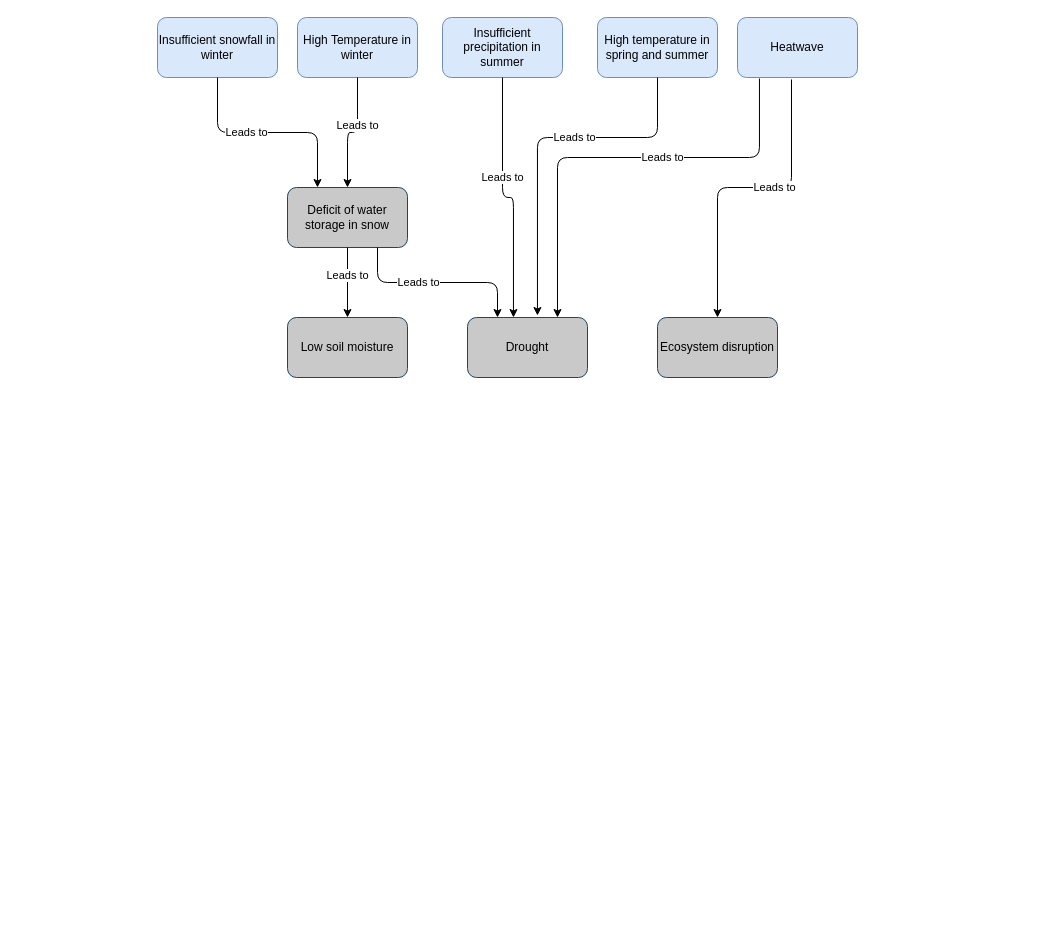
maxpittore/impact_chains_drawio keeps this draw.io diagram as EO4Multi_upstream.drawio. Above is the earlier version. Source tidied: cells renumbered, new cells numbered last; positions are measured from the earlier drawing's top-left corner, leaving out a move shared by most shapes. Both pictures are drawn from the tidied source at 100%, with x=0, y=0 at pixel (157, 17).
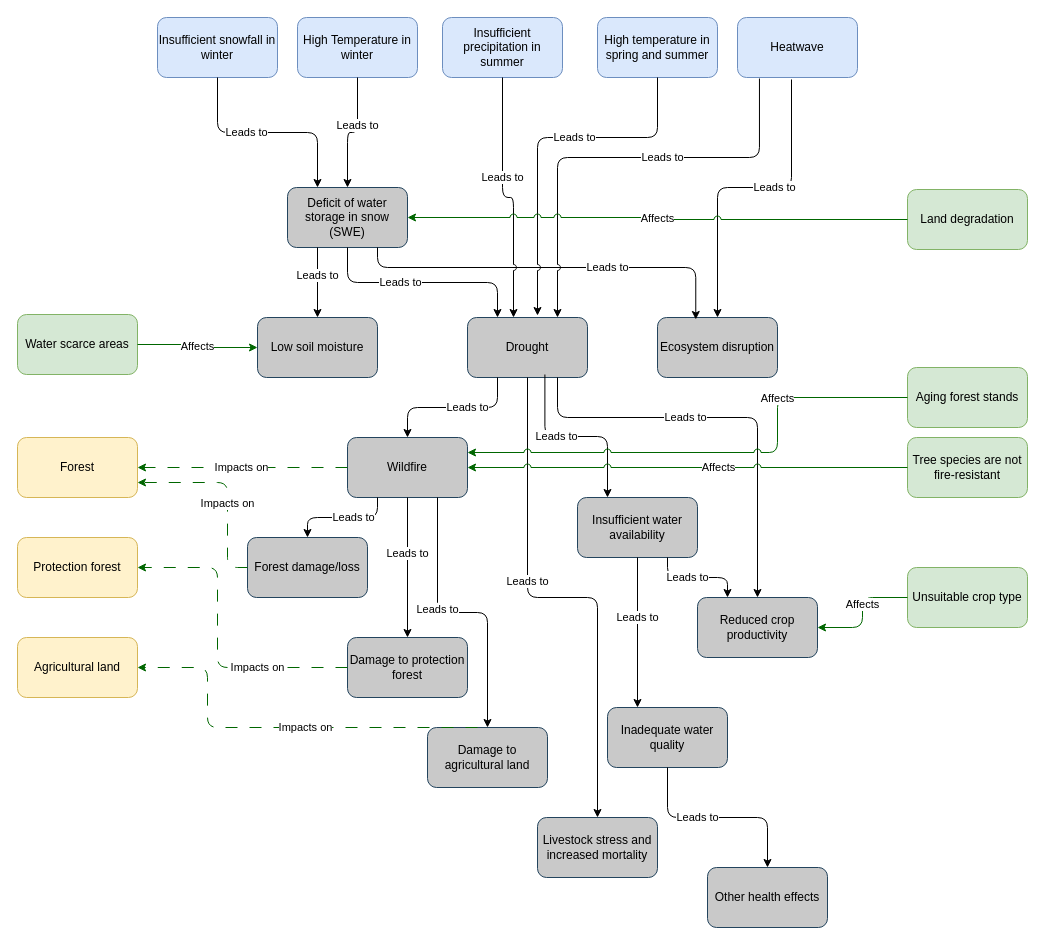
Above is the later version.

The edit, as a diff of the source:
```diff
@@
+    <mxCell id="12" value="Deficit of water storage in snow (SWE)" style="rounded=1;whiteSpace=wrap;html=1;strokeWidth=1;fillColor=#C9C9C9;strokeColor=#23445d;" parent="1" vertex="1">
+      <mxGeometry x="130" y="170" width="120" height="60" as="geometry" />
+    </mxCell>
+    <mxCell id="13" value="Low soil moisture" style="rounded=1;whiteSpace=wrap;html=1;strokeWidth=1;fillColor=#C9C9C9;strokeColor=#23445d;" parent="1" vertex="1">
+      <mxGeometry x="100" y="300" width="120" height="60" as="geometry" />
+    </mxCell>
+    <mxCell id="14" value="Leads to" style="endArrow=classic;html=1;rounded=1;exitX=0.25;exitY=1;exitDx=0;exitDy=0;entryX=0.5;entryY=0;entryDx=0;entryDy=0;jumpStyle=arc;edgeStyle=elbowEdgeStyle;elbow=vertical;" parent="1" edge="1" source="12" target="13">
+      <mxGeometry x="-0.2" relative="1" as="geometry" />
+    </mxCell>
+    <mxCell id="15" value="Drought" style="rounded=1;whiteSpace=wrap;html=1;strokeWidth=1;fillColor=#C9C9C9;strokeColor=#23445d;" parent="1" vertex="1">
+      <mxGeometry x="310" y="300" width="120" height="60" as="geometry" />
+    </mxCell>
+    <mxCell id="16" value="Leads to" style="endArrow=classic;html=1;rounded=1;exitX=0.5;exitY=1;exitDx=0;exitDy=0;entryX=0.25;entryY=0;entryDx=0;entryDy=0;jumpStyle=arc;edgeStyle=elbowEdgeStyle;elbow=vertical;" parent="1" edge="1" source="12" target="15">
+      <mxGeometry x="-0.2" relative="1" as="geometry" />
+    </mxCell>
+    <mxCell id="17" value="Ecosystem disruption" style="rounded=1;whiteSpace=wrap;html=1;strokeWidth=1;fillColor=#C9C9C9;strokeColor=#23445d;" parent="1" vertex="1">
+      <mxGeometry x="500" y="300" width="120" height="60" as="geometry" />
+    </mxCell>
+    <mxCell id="19" value="Wildfire" style="rounded=1;whiteSpace=wrap;html=1;strokeWidth=1;fillColor=#C9C9C9;strokeColor=#23445d;" parent="1" vertex="1">
+      <mxGeometry x="190" y="420" width="120" height="60" as="geometry" />
+    </mxCell>
+    <mxCell id="20" value="Leads to" style="endArrow=classic;html=1;rounded=1;exitX=0.25;exitY=1;exitDx=0;exitDy=0;entryX=0.5;entryY=0;entryDx=0;entryDy=0;jumpStyle=arc;edgeStyle=elbowEdgeStyle;elbow=vertical;" parent="1" edge="1" source="15" target="19">
+      <mxGeometry x="-0.2" relative="1" as="geometry" />
+    </mxCell>
+    <mxCell id="21" value="Leads to" style="endArrow=classic;html=1;rounded=1;entryX=0.319;entryY=0.033;entryDx=0;entryDy=0;jumpStyle=arc;edgeStyle=elbowEdgeStyle;elbow=vertical;entryPerimeter=0;exitX=0.75;exitY=1;exitDx=0;exitDy=0;" parent="1" edge="1" source="12" target="17">
+      <mxGeometry x="0.28" relative="1" as="geometry">
+        <Array as="points">
+          <mxPoint x="380" y="250" />
+        </Array>
+      </mxGeometry>
+    </mxCell>
+    <mxCell id="22" value="Forest damage/loss" style="rounded=1;whiteSpace=wrap;html=1;strokeWidth=1;fillColor=#C9C9C9;strokeColor=#23445d;" parent="1" vertex="1">
+      <mxGeometry x="90" y="520" width="120" height="60" as="geometry" />
+    </mxCell>
+    <mxCell id="23" value="Leads to" style="endArrow=classic;html=1;rounded=1;exitX=0.25;exitY=1;exitDx=0;exitDy=0;entryX=0.5;entryY=0;entryDx=0;entryDy=0;jumpStyle=arc;edgeStyle=elbowEdgeStyle;elbow=vertical;" parent="1" edge="1" source="19" target="22">
+      <mxGeometry x="-0.2" relative="1" as="geometry" />
+    </mxCell>
+    <mxCell id="24" value="Damage to protection forest" style="rounded=1;whiteSpace=wrap;html=1;strokeWidth=1;fillColor=#C9C9C9;strokeColor=#23445d;" parent="1" vertex="1">
+      <mxGeometry x="190" y="620" width="120" height="60" as="geometry" />
+    </mxCell>
+    <mxCell id="25" value="Leads to" style="endArrow=classic;html=1;rounded=1;exitX=0.5;exitY=1;exitDx=0;exitDy=0;entryX=0.5;entryY=0;entryDx=0;entryDy=0;jumpStyle=arc;edgeStyle=elbowEdgeStyle;elbow=vertical;" parent="1" edge="1" source="19" target="24">
+      <mxGeometry x="-0.2" relative="1" as="geometry" />
+    </mxCell>
+    <mxCell id="26" value="Damage to agricultural land" style="rounded=1;whiteSpace=wrap;html=1;strokeWidth=1;fillColor=#C9C9C9;strokeColor=#23445d;" parent="1" vertex="1">
+      <mxGeometry x="270" y="710" width="120" height="60" as="geometry" />
+    </mxCell>
+    <mxCell id="27" value="Leads to" style="endArrow=classic;html=1;rounded=1;exitX=0.75;exitY=1;exitDx=0;exitDy=0;entryX=0.5;entryY=0;entryDx=0;entryDy=0;jumpStyle=arc;edgeStyle=elbowEdgeStyle;elbow=vertical;" parent="1" edge="1" source="19" target="26">
+      <mxGeometry x="-0.2" relative="1" as="geometry" />
+    </mxCell>
+    <mxCell id="28" value="Reduced crop productivity" style="rounded=1;whiteSpace=wrap;html=1;strokeWidth=1;fillColor=#C9C9C9;strokeColor=#23445d;" parent="1" vertex="1">
+      <mxGeometry x="540" y="580" width="120" height="60" as="geometry" />
+    </mxCell>
+    <mxCell id="29" value="Leads to" style="endArrow=classic;html=1;rounded=1;exitX=0.75;exitY=1;exitDx=0;exitDy=0;entryX=0.5;entryY=0;entryDx=0;entryDy=0;jumpStyle=arc;edgeStyle=elbowEdgeStyle;elbow=vertical;" parent="1" edge="1" source="15" target="28">
+      <mxGeometry x="-0.2" relative="1" as="geometry">
+        <Array as="points">
+          <mxPoint x="490" y="400" />
+        </Array>
+      </mxGeometry>
+    </mxCell>
+    <mxCell id="30" value="Insufficient water availability" style="rounded=1;whiteSpace=wrap;html=1;strokeWidth=1;fillColor=#C9C9C9;strokeColor=#23445d;" parent="1" vertex="1">
+      <mxGeometry x="420" y="480" width="120" height="60" as="geometry" />
+    </mxCell>
+    <mxCell id="31" value="Leads to" style="endArrow=classic;html=1;rounded=1;exitX=0.645;exitY=0.95;exitDx=0;exitDy=0;entryX=0.25;entryY=0;entryDx=0;entryDy=0;jumpStyle=arc;edgeStyle=elbowEdgeStyle;elbow=vertical;exitPerimeter=0;" parent="1" edge="1" source="15" target="30">
+      <mxGeometry x="-0.2" relative="1" as="geometry" />
+    </mxCell>
+    <mxCell id="32" value="Leads to" style="endArrow=classic;html=1;rounded=1;exitX=0.75;exitY=1;exitDx=0;exitDy=0;entryX=0.25;entryY=0;entryDx=0;entryDy=0;jumpStyle=arc;edgeStyle=elbowEdgeStyle;elbow=vertical;" parent="1" edge="1" source="30" target="28">
+      <mxGeometry x="-0.2" relative="1" as="geometry" />
+    </mxCell>
+    <mxCell id="33" value="Inadequate water quality" style="rounded=1;whiteSpace=wrap;html=1;strokeWidth=1;fillColor=#C9C9C9;strokeColor=#23445d;" parent="1" vertex="1">
+      <mxGeometry x="450" y="690" width="120" height="60" as="geometry" />
+    </mxCell>
+    <mxCell id="34" value="Leads to" style="endArrow=classic;html=1;rounded=1;exitX=0.5;exitY=1;exitDx=0;exitDy=0;entryX=0.25;entryY=0;entryDx=0;entryDy=0;jumpStyle=arc;edgeStyle=elbowEdgeStyle;elbow=vertical;" parent="1" edge="1" source="30" target="33">
+      <mxGeometry x="-0.2" relative="1" as="geometry" />
+    </mxCell>
+    <mxCell id="35" value="Livestock stress and increased mortality" style="rounded=1;whiteSpace=wrap;html=1;strokeWidth=1;fillColor=#C9C9C9;strokeColor=#23445d;" parent="1" vertex="1">
+      <mxGeometry x="380" y="800" width="120" height="60" as="geometry" />
+    </mxCell>
+    <mxCell id="36" value="Leads to" style="endArrow=classic;html=1;rounded=1;exitX=0.5;exitY=1;exitDx=0;exitDy=0;entryX=0.5;entryY=0;entryDx=0;entryDy=0;jumpStyle=arc;edgeStyle=elbowEdgeStyle;elbow=vertical;" parent="1" edge="1" target="35">
+      <mxGeometry x="-0.2" relative="1" as="geometry">
+        <mxPoint x="370" y="360" as="sourcePoint" />
+      </mxGeometry>
+    </mxCell>
+    <mxCell id="37" value="Other health effects" style="rounded=1;whiteSpace=wrap;html=1;strokeWidth=1;fillColor=#C9C9C9;strokeColor=#23445d;" parent="1" vertex="1">
+      <mxGeometry x="550" y="850" width="120" height="60" as="geometry" />
+    </mxCell>
+    <mxCell id="38" value="Leads to" style="endArrow=classic;html=1;rounded=1;exitX=0.5;exitY=1;exitDx=0;exitDy=0;entryX=0.5;entryY=0;entryDx=0;entryDy=0;jumpStyle=arc;edgeStyle=elbowEdgeStyle;elbow=vertical;" parent="1" edge="1" source="33" target="37">
+      <mxGeometry x="-0.2" relative="1" as="geometry" />
+    </mxCell>
+    <mxCell id="39" parent="0" />
-    <mxCell id="2" value="Heatwave" style="rounded=1;whiteSpace=wrap;html=1;strokeWidth=1;fillColor=#dae8fc;strokeColor=#6c8ebf;glass=0;shadow=0;" parent="1" vertex="1">
+    <mxCell id="2" value="Heatwave" style="rounded=1;whiteSpace=wrap;html=1;strokeWidth=1;fillColor=#dae8fc;strokeColor=#6c8ebf;glass=0;shadow=0;" parent="39" vertex="1">
       <mxGeometry x="580" width="120" height="60" as="geometry" />
     </mxCell>
-    <mxCell id="3" value="Leads to" style="endArrow=classic;html=1;rounded=1;exitX=0.183;exitY=1.017;exitDx=0;exitDy=0;jumpStyle=arc;edgeStyle=elbowEdgeStyle;elbow=vertical;entryX=0.75;entryY=0;entryDx=0;entryDy=0;exitPerimeter=0;" parent="1" edge="1" source="2" target="15">
+    <mxCell id="3" value="Leads to" style="endArrow=classic;html=1;rounded=1;exitX=0.183;exitY=1.017;exitDx=0;exitDy=0;jumpStyle=arc;edgeStyle=elbowEdgeStyle;elbow=vertical;entryX=0.75;entryY=0;entryDx=0;entryDy=0;exitPerimeter=0;" parent="39" edge="1" source="2">
       <mxGeometry x="-0.2" relative="1" as="geometry">
+        <mxPoint x="400" y="300" as="targetPoint" />
         <Array as="points">
           <mxPoint x="500" y="140" />
         </Array>
       </mxGeometry>
     </mxCell>
-    <mxCell id="4" value="Insufficient snowfall in winter" style="rounded=1;whiteSpace=wrap;html=1;strokeWidth=1;fillColor=#dae8fc;strokeColor=#6c8ebf;glass=0;shadow=0;" parent="1" vertex="1">
+    <mxCell id="4" value="Insufficient snowfall in winter" style="rounded=1;whiteSpace=wrap;html=1;strokeWidth=1;fillColor=#dae8fc;strokeColor=#6c8ebf;glass=0;shadow=0;" parent="39" vertex="1">
       <mxGeometry width="120" height="60" as="geometry" />
     </mxCell>
-    <mxCell id="5" value="Leads to" style="endArrow=classic;html=1;rounded=1;exitX=0.5;exitY=1;exitDx=0;exitDy=0;jumpStyle=arc;edgeStyle=elbowEdgeStyle;elbow=vertical;entryX=0.25;entryY=0;entryDx=0;entryDy=0;" parent="1" edge="1" source="4" target="12">
-      <mxGeometry x="-0.2" relative="1" as="geometry" />
+    <mxCell id="5" value="Leads to" style="endArrow=classic;html=1;rounded=1;exitX=0.5;exitY=1;exitDx=0;exitDy=0;jumpStyle=arc;edgeStyle=elbowEdgeStyle;elbow=vertical;entryX=0.25;entryY=0;entryDx=0;entryDy=0;" parent="39" edge="1" source="4">
+      <mxGeometry x="-0.2" relative="1" as="geometry">
+        <mxPoint x="160" y="170" as="targetPoint" />
+      </mxGeometry>
     </mxCell>
-    <mxCell id="6" value="Insufficient precipitation in summer" style="rounded=1;whiteSpace=wrap;html=1;strokeWidth=1;fillColor=#dae8fc;strokeColor=#6c8ebf;glass=0;shadow=0;" parent="1" vertex="1">
+    <mxCell id="6" value="Insufficient precipitation in summer" style="rounded=1;whiteSpace=wrap;html=1;strokeWidth=1;fillColor=#dae8fc;strokeColor=#6c8ebf;glass=0;shadow=0;" parent="39" vertex="1">
       <mxGeometry x="285" width="120" height="60" as="geometry" />
     </mxCell>
-    <mxCell id="7" value="Leads to" style="endArrow=classic;html=1;rounded=1;exitX=0.5;exitY=1;exitDx=0;exitDy=0;jumpStyle=arc;edgeStyle=elbowEdgeStyle;elbow=vertical;entryX=0.383;entryY=0;entryDx=0;entryDy=0;entryPerimeter=0;" parent="1" edge="1" source="6" target="15">
-      <mxGeometry x="-0.2" relative="1" as="geometry" />
+    <mxCell id="7" value="Leads to" style="endArrow=classic;html=1;rounded=1;exitX=0.5;exitY=1;exitDx=0;exitDy=0;jumpStyle=arc;edgeStyle=elbowEdgeStyle;elbow=vertical;entryX=0.383;entryY=0;entryDx=0;entryDy=0;entryPerimeter=0;" parent="39" edge="1" source="6">
+      <mxGeometry x="-0.2" relative="1" as="geometry">
+        <mxPoint x="356" y="300" as="targetPoint" />
+      </mxGeometry>
     </mxCell>
-    <mxCell id="8" value="High Temperature in winter" style="rounded=1;whiteSpace=wrap;html=1;strokeWidth=1;fillColor=#dae8fc;strokeColor=#6c8ebf;glass=0;shadow=0;" parent="1" vertex="1">
+    <mxCell id="8" value="High Temperature in winter" style="rounded=1;whiteSpace=wrap;html=1;strokeWidth=1;fillColor=#dae8fc;strokeColor=#6c8ebf;glass=0;shadow=0;" parent="39" vertex="1">
       <mxGeometry x="140" width="120" height="60" as="geometry" />
     </mxCell>
-    <mxCell id="9" value="Leads to" style="endArrow=classic;html=1;rounded=1;exitX=0.5;exitY=1;exitDx=0;exitDy=0;jumpStyle=arc;edgeStyle=elbowEdgeStyle;elbow=vertical;entryX=0.5;entryY=0;entryDx=0;entryDy=0;" parent="1" edge="1" source="8" target="12">
-      <mxGeometry x="-0.2" relative="1" as="geometry" />
+    <mxCell id="9" value="Leads to" style="endArrow=classic;html=1;rounded=1;exitX=0.5;exitY=1;exitDx=0;exitDy=0;jumpStyle=arc;edgeStyle=elbowEdgeStyle;elbow=vertical;entryX=0.5;entryY=0;entryDx=0;entryDy=0;" parent="39" edge="1" source="8">
+      <mxGeometry x="-0.2" relative="1" as="geometry">
+        <mxPoint x="190" y="170" as="targetPoint" />
+      </mxGeometry>
     </mxCell>
-    <mxCell id="10" value="High temperature in spring and summer" style="rounded=1;whiteSpace=wrap;html=1;strokeWidth=1;fillColor=#dae8fc;strokeColor=#6c8ebf;glass=0;shadow=0;" parent="1" vertex="1">
+    <mxCell id="10" value="High temperature in spring and summer" style="rounded=1;whiteSpace=wrap;html=1;strokeWidth=1;fillColor=#dae8fc;strokeColor=#6c8ebf;glass=0;shadow=0;" parent="39" vertex="1">
       <mxGeometry x="440" width="120" height="60" as="geometry" />
     </mxCell>
-    <mxCell id="11" value="Leads to" style="endArrow=classic;html=1;rounded=1;exitX=0.5;exitY=1;exitDx=0;exitDy=0;jumpStyle=arc;edgeStyle=elbowEdgeStyle;elbow=vertical;entryX=0.583;entryY=-0.033;entryDx=0;entryDy=0;entryPerimeter=0;" parent="1" edge="1" source="10" target="15">
+    <mxCell id="11" value="Leads to" style="endArrow=classic;html=1;rounded=1;exitX=0.5;exitY=1;exitDx=0;exitDy=0;jumpStyle=arc;edgeStyle=elbowEdgeStyle;elbow=vertical;entryX=0.583;entryY=-0.033;entryDx=0;entryDy=0;entryPerimeter=0;" parent="39" edge="1" source="10">
       <mxGeometry x="-0.2" relative="1" as="geometry">
+        <mxPoint x="380" y="298" as="targetPoint" />
         <Array as="points">
           <mxPoint x="440" y="120" />
         </Array>
       </mxGeometry>
     </mxCell>
-    <mxCell id="12" value="Deficit of water storage in snow" style="rounded=1;whiteSpace=wrap;html=1;strokeWidth=1;fillColor=#C9C9C9;strokeColor=#23445d;" parent="1" vertex="1">
-      <mxGeometry x="130" y="170" width="120" height="60" as="geometry" />
-    </mxCell>
-    <mxCell id="13" value="Low soil moisture" style="rounded=1;whiteSpace=wrap;html=1;strokeWidth=1;fillColor=#C9C9C9;strokeColor=#23445d;" parent="1" vertex="1">
-      <mxGeometry x="130" y="300" width="120" height="60" as="geometry" />
-    </mxCell>
-    <mxCell id="14" value="Leads to" style="endArrow=classic;html=1;rounded=1;exitX=0.5;exitY=1;exitDx=0;exitDy=0;entryX=0.5;entryY=0;entryDx=0;entryDy=0;jumpStyle=arc;edgeStyle=elbowEdgeStyle;elbow=vertical;" parent="1" edge="1" source="12" target="13">
-      <mxGeometry x="-0.2" relative="1" as="geometry" />
-    </mxCell>
-    <mxCell id="15" value="Drought" style="rounded=1;whiteSpace=wrap;html=1;strokeWidth=1;fillColor=#C9C9C9;strokeColor=#23445d;" parent="1" vertex="1">
-      <mxGeometry x="310" y="300" width="120" height="60" as="geometry" />
-    </mxCell>
-    <mxCell id="16" value="Leads to" style="endArrow=classic;html=1;rounded=1;exitX=0.75;exitY=1;exitDx=0;exitDy=0;entryX=0.25;entryY=0;entryDx=0;entryDy=0;jumpStyle=arc;edgeStyle=elbowEdgeStyle;elbow=vertical;" parent="1" edge="1" source="12" target="15">
-      <mxGeometry x="-0.2" relative="1" as="geometry" />
-    </mxCell>
-    <mxCell id="17" value="Ecosystem disruption" style="rounded=1;whiteSpace=wrap;html=1;strokeWidth=1;fillColor=#C9C9C9;strokeColor=#23445d;" parent="1" vertex="1">
-      <mxGeometry x="500" y="300" width="120" height="60" as="geometry" />
-    </mxCell>
-    <mxCell id="18" value="Leads to" style="endArrow=classic;html=1;rounded=1;exitX=0.45;exitY=1.033;exitDx=0;exitDy=0;entryX=0.5;entryY=0;entryDx=0;entryDy=0;jumpStyle=arc;edgeStyle=elbowEdgeStyle;elbow=vertical;exitPerimeter=0;" parent="1" edge="1" source="2" target="17">
+    <mxCell id="18" value="Leads to" style="endArrow=classic;html=1;rounded=1;exitX=0.45;exitY=1.033;exitDx=0;exitDy=0;entryX=0.5;entryY=0;entryDx=0;entryDy=0;jumpStyle=arc;edgeStyle=elbowEdgeStyle;elbow=vertical;exitPerimeter=0;" parent="39" edge="1" source="2">
       <mxGeometry x="-0.2" relative="1" as="geometry">
+        <mxPoint x="560" y="300" as="targetPoint" />
         <Array as="points">
           <mxPoint x="610" y="170" />
         </Array>
       </mxGeometry>
     </mxCell>
+    <mxCell id="40" parent="0" />
+    <mxCell id="41" value="Land degradation" style="rounded=1;whiteSpace=wrap;html=1;strokeWidth=1;fillColor=#d5e8d4;strokeColor=#82b366;" parent="40" vertex="1">
+      <mxGeometry x="750" y="172" width="120" height="60" as="geometry" />
+    </mxCell>
+    <mxCell id="42" value="Affects" style="endArrow=classic;html=1;rounded=1;exitX=0;exitY=0.5;exitDx=0;exitDy=0;entryX=1;entryY=0.5;entryDx=0;entryDy=0;strokeColor=#006600;edgeStyle=elbowEdgeStyle;curved=0;jumpStyle=arc;jumpSize=7;shadow=0;flowAnimation=0;" parent="40" edge="1" source="41">
+      <mxGeometry relative="1" as="geometry">
+        <mxPoint x="250" y="200" as="targetPoint" />
+      </mxGeometry>
+    </mxCell>
+    <mxCell id="43" value="Water scarce areas" style="rounded=1;whiteSpace=wrap;html=1;strokeWidth=1;fillColor=#d5e8d4;strokeColor=#82b366;" parent="40" vertex="1">
+      <mxGeometry x="-140" y="297" width="120" height="60" as="geometry" />
+    </mxCell>
+    <mxCell id="44" value="Affects" style="endArrow=classic;html=1;rounded=1;exitX=1;exitY=0.5;exitDx=0;exitDy=0;entryX=0;entryY=0.5;entryDx=0;entryDy=0;strokeColor=#006600;edgeStyle=elbowEdgeStyle;curved=0;jumpStyle=arc;jumpSize=7;shadow=0;flowAnimation=0;" parent="40" edge="1" source="43">
+      <mxGeometry relative="1" as="geometry">
+        <mxPoint x="100" y="330" as="targetPoint" />
+      </mxGeometry>
+    </mxCell>
+    <mxCell id="45" value="Tree species are not fire-resistant" style="rounded=1;whiteSpace=wrap;html=1;strokeWidth=1;fillColor=#d5e8d4;strokeColor=#82b366;" parent="40" vertex="1">
+      <mxGeometry x="750" y="420" width="120" height="60" as="geometry" />
+    </mxCell>
+    <mxCell id="46" value="Affects" style="endArrow=classic;html=1;rounded=1;exitX=0;exitY=0.5;exitDx=0;exitDy=0;strokeColor=#006600;edgeStyle=elbowEdgeStyle;curved=0;jumpStyle=arc;jumpSize=7;shadow=0;flowAnimation=0;entryX=1;entryY=0.5;entryDx=0;entryDy=0;" parent="40" edge="1" source="45">
+      <mxGeometry x="-0.14" relative="1" as="geometry">
+        <mxPoint x="310" y="450" as="targetPoint" />
+      </mxGeometry>
+    </mxCell>
+    <mxCell id="47" value="Aging forest stands" style="rounded=1;whiteSpace=wrap;html=1;strokeWidth=1;fillColor=#d5e8d4;strokeColor=#82b366;" parent="40" vertex="1">
+      <mxGeometry x="750" y="350" width="120" height="60" as="geometry" />
+    </mxCell>
+    <mxCell id="48" value="Affects" style="endArrow=classic;html=1;rounded=1;exitX=0;exitY=0.5;exitDx=0;exitDy=0;strokeColor=#006600;edgeStyle=elbowEdgeStyle;curved=0;jumpStyle=arc;jumpSize=7;shadow=0;flowAnimation=0;entryX=1;entryY=0.25;entryDx=0;entryDy=0;" parent="40" edge="1" source="47">
+      <mxGeometry x="-0.47" relative="1" as="geometry">
+        <mxPoint x="310" y="435" as="targetPoint" />
+        <Array as="points">
+          <mxPoint x="620" y="410" />
+        </Array>
+      </mxGeometry>
+    </mxCell>
+    <mxCell id="49" value="Unsuitable crop type" style="rounded=1;whiteSpace=wrap;html=1;strokeWidth=1;fillColor=#d5e8d4;strokeColor=#82b366;" parent="40" vertex="1">
+      <mxGeometry x="750" y="550" width="120" height="60" as="geometry" />
+    </mxCell>
+    <mxCell id="50" value="Affects" style="endArrow=classic;html=1;rounded=1;exitX=0;exitY=0.5;exitDx=0;exitDy=0;strokeColor=#006600;edgeStyle=elbowEdgeStyle;curved=0;jumpStyle=arc;jumpSize=7;shadow=0;flowAnimation=0;entryX=1;entryY=0.5;entryDx=0;entryDy=0;" parent="40" edge="1" source="49">
+      <mxGeometry x="-0.14" relative="1" as="geometry">
+        <mxPoint x="660" y="610" as="targetPoint" />
+      </mxGeometry>
+    </mxCell>
+    <mxCell id="51" parent="0" />
+    <mxCell id="52" value="Forest" style="rounded=1;whiteSpace=wrap;html=1;strokeWidth=1;fillColor=#fff2cc;strokeColor=#d6b656;" parent="51" vertex="1">
+      <mxGeometry x="-140" y="420" width="120" height="60" as="geometry" />
+    </mxCell>
+    <mxCell id="53" value="Impacts on" style="endArrow=classic;html=1;rounded=1;exitX=0;exitY=0.5;exitDx=0;exitDy=0;entryX=1;entryY=0.5;entryDx=0;entryDy=0;strokeColor=#006600;dashed=1;dashPattern=12 12;edgeStyle=elbowEdgeStyle;jumpStyle=arc;jumpSize=7;" parent="51" edge="1" target="52">
+      <mxGeometry x="0.01" relative="1" as="geometry">
+        <mxPoint x="190" y="450" as="sourcePoint" />
+      </mxGeometry>
+    </mxCell>
+    <mxCell id="54" value="Impacts on" style="endArrow=classic;html=1;rounded=1;exitX=0;exitY=0.5;exitDx=0;exitDy=0;strokeColor=#006600;dashed=1;dashPattern=12 12;edgeStyle=elbowEdgeStyle;jumpStyle=arc;jumpSize=7;entryX=1;entryY=0.75;entryDx=0;entryDy=0;" parent="51" edge="1" target="52">
+      <mxGeometry x="-0.14" relative="1" as="geometry">
+        <mxPoint x="90" y="550" as="sourcePoint" />
+        <Array as="points">
+          <mxPoint x="70" y="530" />
+        </Array>
+      </mxGeometry>
+    </mxCell>
+    <mxCell id="55" value="Protection forest" style="rounded=1;whiteSpace=wrap;html=1;strokeWidth=1;fillColor=#fff2cc;strokeColor=#d6b656;" parent="51" vertex="1">
+      <mxGeometry x="-140" y="520" width="120" height="60" as="geometry" />
+    </mxCell>
+    <mxCell id="56" value="Impacts on" style="endArrow=classic;html=1;rounded=1;exitX=0;exitY=0.5;exitDx=0;exitDy=0;strokeColor=#006600;dashed=1;dashPattern=12 12;edgeStyle=elbowEdgeStyle;jumpStyle=arc;jumpSize=7;entryX=1;entryY=0.5;entryDx=0;entryDy=0;" parent="51" edge="1" target="55">
+      <mxGeometry x="-0.42" relative="1" as="geometry">
+        <mxPoint x="190" y="650" as="sourcePoint" />
+        <Array as="points">
+          <mxPoint x="60" y="580" />
+        </Array>
+      </mxGeometry>
+    </mxCell>
+    <mxCell id="57" value="Agricultural land" style="rounded=1;whiteSpace=wrap;html=1;strokeWidth=1;fillColor=#fff2cc;strokeColor=#d6b656;" parent="51" vertex="1">
+      <mxGeometry x="-140" y="620" width="120" height="60" as="geometry" />
+    </mxCell>
+    <mxCell id="58" value="Impacts on" style="endArrow=classic;html=1;rounded=1;exitX=0;exitY=0.5;exitDx=0;exitDy=0;strokeColor=#006600;dashed=1;dashPattern=12 12;edgeStyle=elbowEdgeStyle;jumpStyle=arc;jumpSize=7;entryX=1;entryY=0.5;entryDx=0;entryDy=0;" parent="51" edge="1" target="57">
+      <mxGeometry x="-0.14" relative="1" as="geometry">
+        <mxPoint x="320" y="710" as="sourcePoint" />
+        <Array as="points">
+          <mxPoint x="50" y="670" />
+        </Array>
+      </mxGeometry>
+    </mxCell>
```
